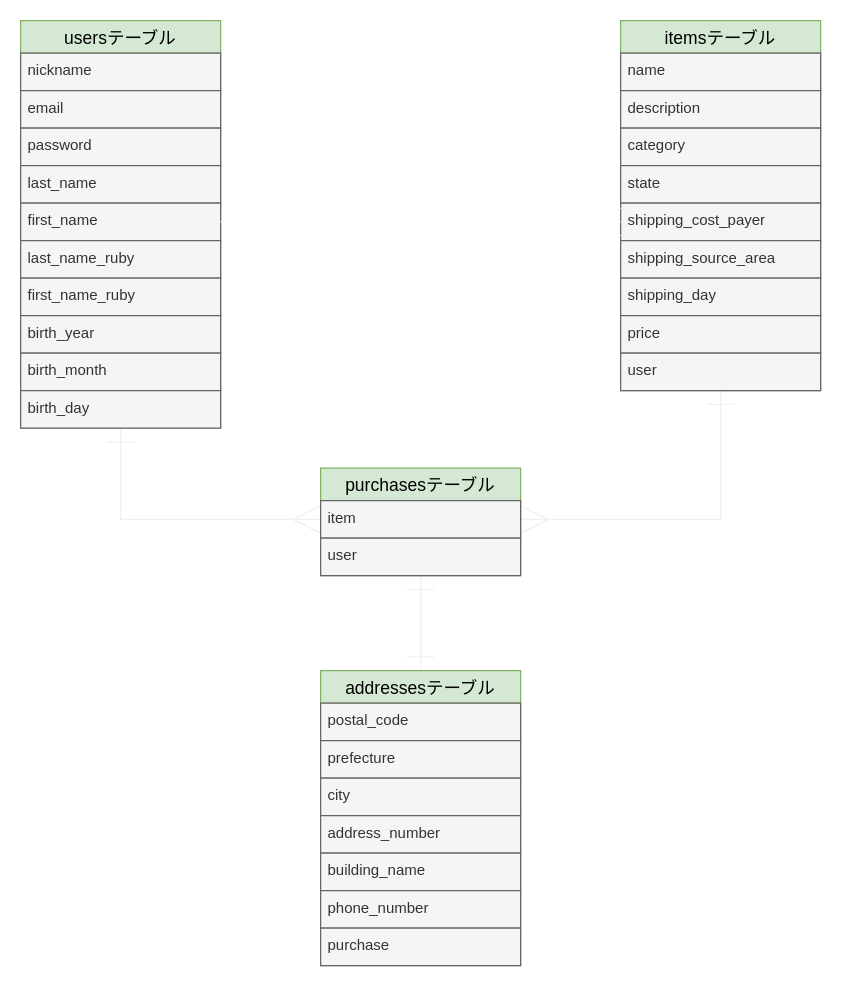
Above: furima-ER.dio in KaichiAkazawa/furima-34397 (draw.io), before the change. Source tidied: cells renumbered, new cells numbered last; positions are measured from the earlier drawing's top-left corner, leaving out a move shared by most shapes. Both pictures are drawn from the tidied source at 125%, with x=0, y=0 at pixel (20, 20).
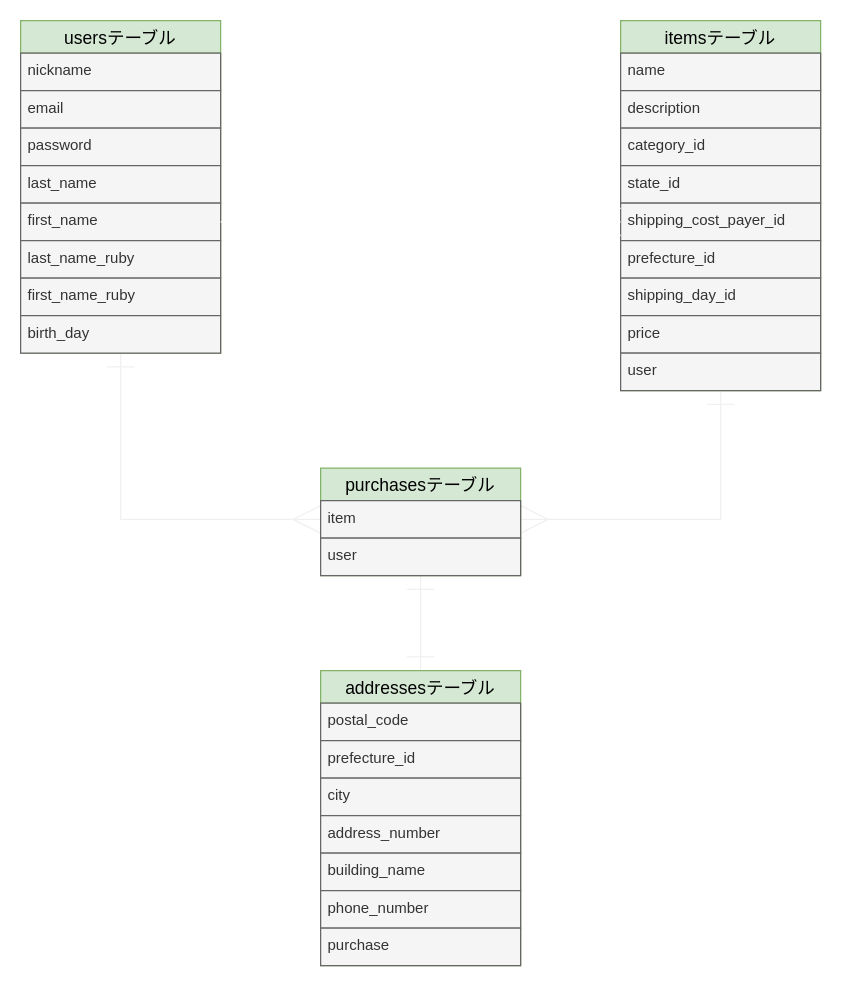
After the change.

Commit message (it also covers changes not shown here):
README　コードレビュ修正2

Unchanged cells that the change refers to:
```xml
<mxCell id="15" value="itemsテーブル" style="swimlane;fontStyle=0;horizontal=1;startSize=26;align=center;fontSize=14;fillColor=#d5e8d4;strokeColor=#82b366;fontColor=#000000;" parent="1" vertex="1">
  <mxGeometry x="480" width="160" height="296" as="geometry" />
</mxCell>
<mxCell id="29" value="addressesテーブル" style="swimlane;fontStyle=0;horizontal=1;startSize=26;align=center;fontSize=14;fillColor=#d5e8d4;strokeColor=#82b366;fontColor=#000000;" parent="1" vertex="1">
  <mxGeometry x="240" y="520" width="160" height="236" as="geometry" />
</mxCell>
```

What changed in the source:
```diff
@@
     <mxCell id="3" value="usersテーブル" style="swimlane;fontStyle=0;horizontal=1;startSize=26;align=center;fontSize=14;fillColor=#d5e8d4;strokeColor=#82b366;fontColor=#000000;" parent="1" vertex="1">
-      <mxGeometry width="160" height="326" as="geometry" />
+      <mxGeometry width="160" height="266" as="geometry" />
     </mxCell>
@@
-    <mxCell id="11" value="birth_year" style="text;strokeColor=#666666;fillColor=#f5f5f5;spacingLeft=4;spacingRight=4;overflow=hidden;fontSize=12;fontColor=#333333;" parent="3" vertex="1">
+    <mxCell id="11" value="birth_day" style="text;strokeColor=#666666;fillColor=#f5f5f5;spacingLeft=4;spacingRight=4;overflow=hidden;fontSize=12;fontColor=#333333;" parent="3" vertex="1">
       <mxGeometry y="236" width="160" height="30" as="geometry" />
     </mxCell>
-    <mxCell id="12" value="birth_month" style="text;strokeColor=#666666;fillColor=#f5f5f5;spacingLeft=4;spacingRight=4;overflow=hidden;fontSize=12;fontColor=#333333;" parent="3" vertex="1">
-      <mxGeometry y="266" width="160" height="30" as="geometry" />
-    </mxCell>
-    <mxCell id="13" value="birth_day" style="text;strokeColor=#666666;fillColor=#f5f5f5;spacingLeft=4;spacingRight=4;overflow=hidden;fontSize=12;fontColor=#333333;" parent="3" vertex="1">
-      <mxGeometry y="296" width="160" height="30" as="geometry" />
-    </mxCell>
@@
-    <mxCell id="18" value="category" style="text;strokeColor=#666666;fillColor=#f5f5f5;spacingLeft=4;spacingRight=4;overflow=hidden;fontSize=12;fontColor=#333333;" parent="15" vertex="1">
+    <mxCell id="18" value="category_id" style="text;strokeColor=#666666;fillColor=#f5f5f5;spacingLeft=4;spacingRight=4;overflow=hidden;fontSize=12;fontColor=#333333;" parent="15" vertex="1">
       <mxGeometry y="86" width="160" height="30" as="geometry" />
     </mxCell>
-    <mxCell id="19" value="state" style="text;strokeColor=#666666;fillColor=#f5f5f5;spacingLeft=4;spacingRight=4;overflow=hidden;fontSize=12;fontColor=#333333;" parent="15" vertex="1">
+    <mxCell id="19" value="state_id" style="text;strokeColor=#666666;fillColor=#f5f5f5;spacingLeft=4;spacingRight=4;overflow=hidden;fontSize=12;fontColor=#333333;" parent="15" vertex="1">
       <mxGeometry y="116" width="160" height="30" as="geometry" />
     </mxCell>
-    <mxCell id="20" value="shipping_cost_payer" style="text;strokeColor=#666666;fillColor=#f5f5f5;spacingLeft=4;spacingRight=4;overflow=hidden;points=[[0,0.5],[1,0.5]];portConstraint=eastwest;fontSize=12;fontColor=#333333;" parent="15" vertex="1">
+    <mxCell id="20" value="shipping_cost_payer_id" style="text;strokeColor=#666666;fillColor=#f5f5f5;spacingLeft=4;spacingRight=4;overflow=hidden;points=[[0,0.5],[1,0.5]];portConstraint=eastwest;fontSize=12;fontColor=#333333;" parent="15" vertex="1">
       <mxGeometry y="146" width="160" height="30" as="geometry" />
     </mxCell>
-    <mxCell id="21" value="shipping_source_area" style="text;strokeColor=#666666;fillColor=#f5f5f5;spacingLeft=4;spacingRight=4;overflow=hidden;fontSize=12;fontColor=#333333;" parent="15" vertex="1">
+    <mxCell id="21" value="prefecture_id" style="text;strokeColor=#666666;fillColor=#f5f5f5;spacingLeft=4;spacingRight=4;overflow=hidden;fontSize=12;fontColor=#333333;" parent="15" vertex="1">
       <mxGeometry y="176" width="160" height="30" as="geometry" />
     </mxCell>
-    <mxCell id="22" value="shipping_day" style="text;strokeColor=#666666;fillColor=#f5f5f5;spacingLeft=4;spacingRight=4;overflow=hidden;fontSize=12;fontColor=#333333;" parent="15" vertex="1">
+    <mxCell id="22" value="shipping_day_id" style="text;strokeColor=#666666;fillColor=#f5f5f5;spacingLeft=4;spacingRight=4;overflow=hidden;fontSize=12;fontColor=#333333;" parent="15" vertex="1">
       <mxGeometry y="206" width="160" height="30" as="geometry" />
     </mxCell>
@@
-    <mxCell id="31" value="prefecture" style="text;strokeColor=#666666;fillColor=#f5f5f5;spacingLeft=4;spacingRight=4;overflow=hidden;fontSize=12;fontColor=#333333;" parent="29" vertex="1">
+    <mxCell id="31" value="prefecture_id" style="text;strokeColor=#666666;fillColor=#f5f5f5;spacingLeft=4;spacingRight=4;overflow=hidden;fontSize=12;fontColor=#333333;" parent="29" vertex="1">
       <mxGeometry y="56" width="160" height="30" as="geometry" />
     </mxCell>
```
